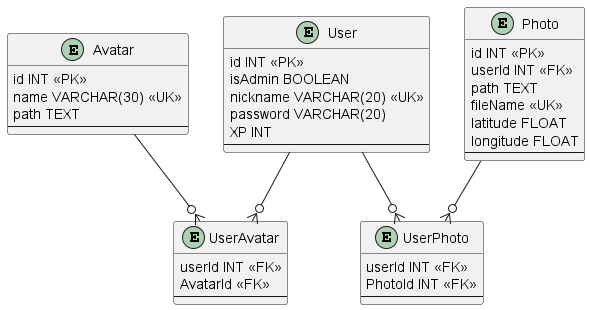
augusto-dmh/095cm_xrlab_backend keeps this PlantUML diagram as database/design/DER.png. Above is the earlier version.
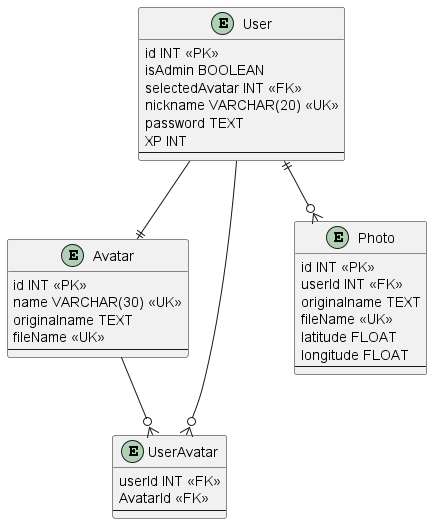
After the commit.

Commit message:
feat: path and url removed from tables

path and url would contains the url/path to the resource on web, but that is not useful to be stored: the url can be a virtual column available on an ORM model, and it only needs 'filename' column from image tables.

Diff of the diagram source:
```diff
@@ -3,8 +3,9 @@
 entity User {
     id INT <<PK>>
     isAdmin BOOLEAN
+    selectedAvatar INT <<FK>>
     nickname VARCHAR(20) <<UK>>
-    password VARCHAR(20)
+    password TEXT
     XP INT
     --
 }
@@ -12,7 +13,8 @@
 entity Avatar {
     id INT <<PK>>
     name VARCHAR(30) <<UK>>
-    path TEXT
+    originalname TEXT
+    fileName <<UK>>
     --
 }
 
@@ -22,25 +24,19 @@
     --
 }
 
-entity UserPhoto {
-    userId INT <<FK>>
-    PhotoId INT <<FK>>
-    --
-}
-
 entity Photo {
     id INT <<PK>>
     userId INT <<FK>>
-    path TEXT
+    originalname TEXT
     fileName <<UK>>
     latitude FLOAT
     longitude FLOAT
     --
 }
 
-User --o{ UserPhoto
+User ||--o{ Photo
+User --|| Avatar
 User --o{ UserAvatar
 Avatar --o{ UserAvatar
-Photo --o{ UserPhoto
 
 @enduml
```
